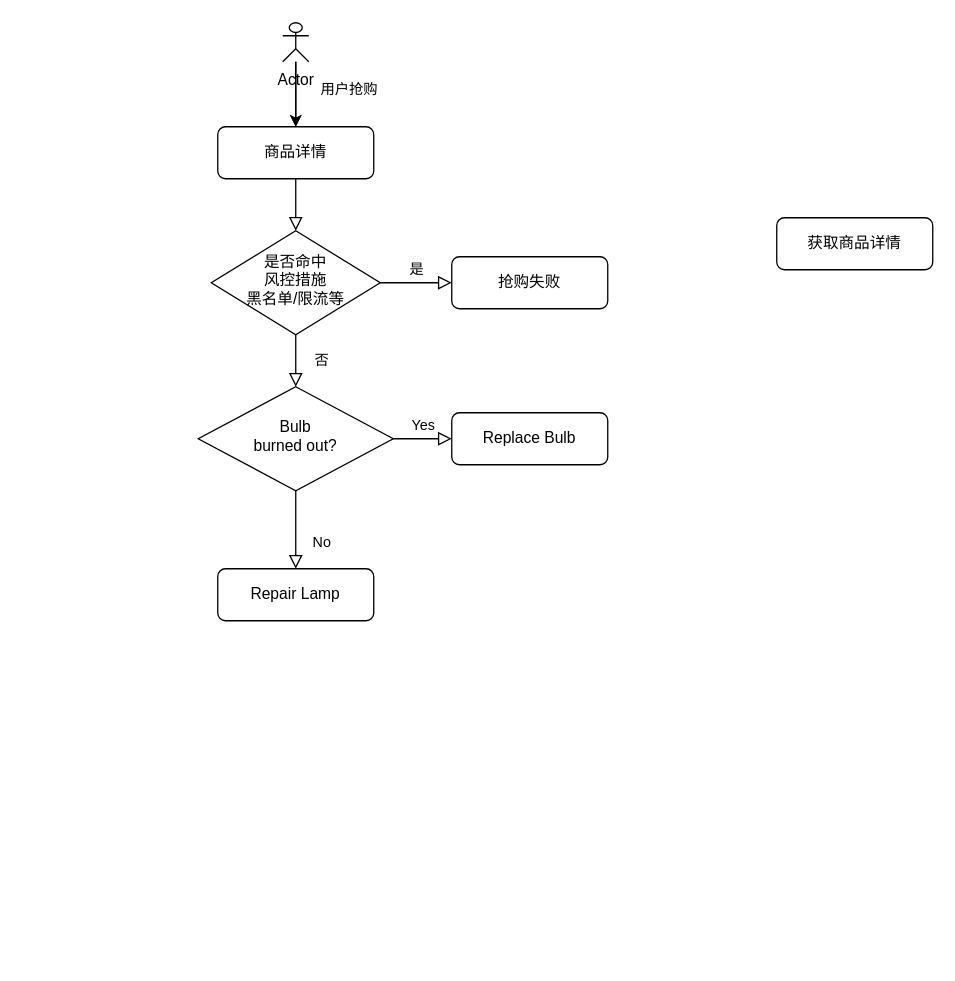
Earlier version of the draw.io diagram product_sedkill.drawio (maciaymd/draw.io). Source tidied: cells renumbered, new cells numbered last; positions are measured from the earlier drawing's top-left corner, leaving out a move shared by most shapes. Both pictures are drawn from the tidied source at 130%, with x=0, y=0 at pixel (198, 22).
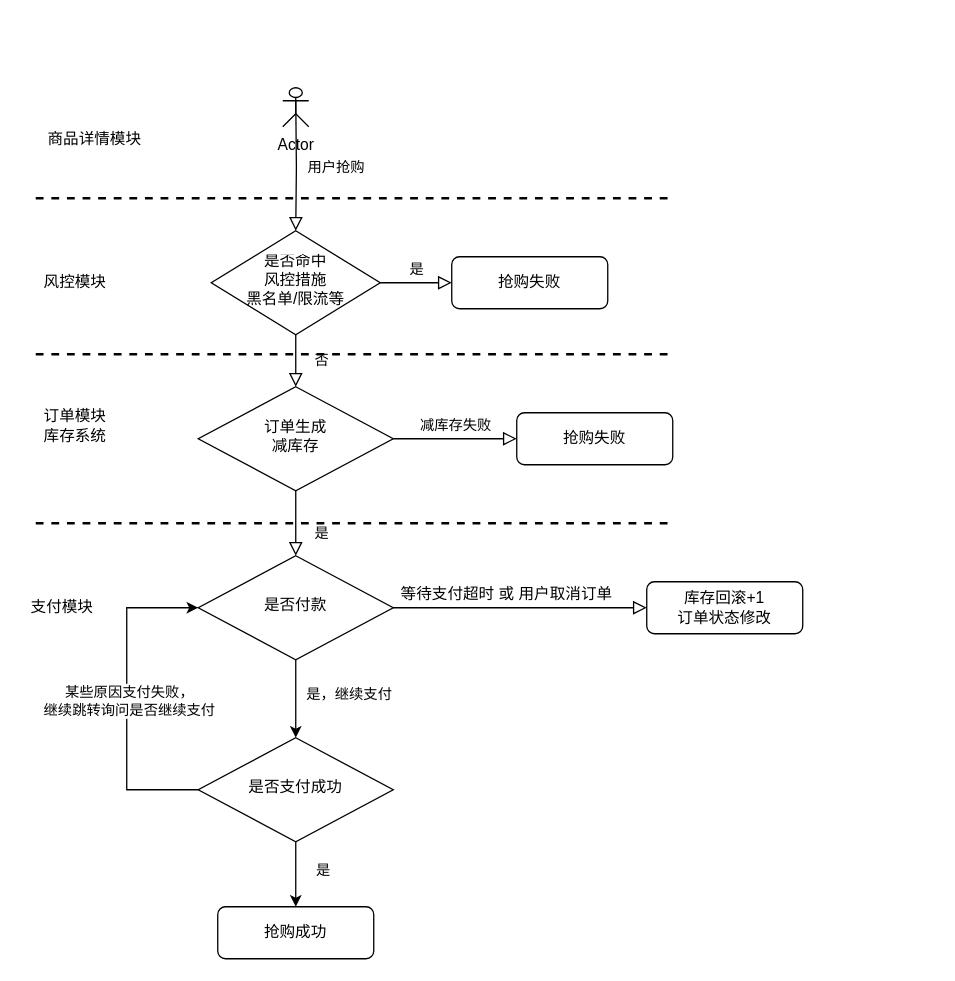
Above is the later version.

Unchanged cells that the change refers to:
```xml
<mxCell id="6" value="是否命中&lt;br&gt;风控措施&lt;br&gt;黑名单/限流等" style="rhombus;whiteSpace=wrap;html=1;shadow=0;fontFamily=Helvetica;fontSize=12;align=center;strokeWidth=1;spacing=6;spacingTop=-4;" parent="1" vertex="1">
  <mxGeometry x="10" y="160" width="130" height="80" as="geometry" />
</mxCell>
```

Diff of the diagram source:
```diff
@@
-    <mxCell id="2" style="rounded=0;html=1;jettySize=auto;fontSize=11;endArrow=block;endFill=0;endSize=8;strokeWidth=1;shadow=0;labelBackgroundColor=none;edgeStyle=orthogonalEdgeStyle;" parent="1" edge="1" source="3" target="6">
-      <mxGeometry relative="1" as="geometry" />
+    <mxCell id="2" style="rounded=0;html=1;jettySize=auto;fontSize=11;endArrow=block;endFill=0;endSize=8;strokeWidth=1;shadow=0;labelBackgroundColor=none;edgeStyle=orthogonalEdgeStyle;" parent="1" edge="1" target="6">
+      <mxGeometry relative="1" as="geometry">
+        <mxPoint x="75" y="60" as="sourcePoint" />
+      </mxGeometry>
     </mxCell>
-    <mxCell id="3" value="商品详情" style="rounded=1;whiteSpace=wrap;html=1;fontSize=12;glass=0;strokeWidth=1;shadow=0;" parent="1" vertex="1">
-      <mxGeometry x="15" y="80" width="120" height="40" as="geometry" />
-    </mxCell>
+    <mxCell id="15" value="用户抢购" style="edgeLabel;html=1;align=center;verticalAlign=middle;" parent="2" vertex="1">
+      <mxGeometry x="0.02" y="4" relative="1" as="geometry">
+        <mxPoint x="26" as="offset" />
+      </mxGeometry>
+    </mxCell>
@@
-    <mxCell id="8" value="No" style="rounded=0;html=1;jettySize=auto;fontSize=11;endArrow=block;endFill=0;endSize=8;strokeWidth=1;shadow=0;labelBackgroundColor=none;edgeStyle=orthogonalEdgeStyle;" parent="1" edge="1" source="10" target="11">
+    <mxCell id="8" value="是" style="rounded=0;html=1;jettySize=auto;fontSize=11;endArrow=block;endFill=0;endSize=8;strokeWidth=1;shadow=0;labelBackgroundColor=none;edgeStyle=orthogonalEdgeStyle;entryX=0.5;entryY=0;entryDx=0;entryDy=0;" parent="1" edge="1" source="10" target="22">
       <mxGeometry x="0.33" y="20" relative="1" as="geometry" />
     </mxCell>
-    <mxCell id="9" value="Yes" style="edgeStyle=orthogonalEdgeStyle;rounded=0;html=1;jettySize=auto;fontSize=11;endArrow=block;endFill=0;endSize=8;strokeWidth=1;shadow=0;labelBackgroundColor=none;" parent="1" edge="1" source="10" target="12">
+    <mxCell id="9" value="减库存失败" style="edgeStyle=orthogonalEdgeStyle;rounded=0;html=1;jettySize=auto;fontSize=11;endArrow=block;endFill=0;endSize=8;strokeWidth=1;shadow=0;labelBackgroundColor=none;" parent="1" edge="1" source="10" target="12">
       <mxGeometry y="10" relative="1" as="geometry" />
     </mxCell>
-    <mxCell id="10" value="Bulb&lt;br&gt;burned out?" style="rhombus;whiteSpace=wrap;html=1;shadow=0;fontFamily=Helvetica;fontSize=12;align=center;strokeWidth=1;spacing=6;spacingTop=-4;" parent="1" vertex="1">
+    <mxCell id="10" value="订单生成&lt;br&gt;减库存" style="rhombus;whiteSpace=wrap;html=1;shadow=0;fontFamily=Helvetica;fontSize=12;align=center;strokeWidth=1;spacing=6;spacingTop=-4;" parent="1" vertex="1">
       <mxGeometry y="280" width="150" height="80" as="geometry" />
     </mxCell>
-    <mxCell id="11" value="Repair Lamp" style="rounded=1;whiteSpace=wrap;html=1;fontSize=12;glass=0;strokeWidth=1;shadow=0;" parent="1" vertex="1">
-      <mxGeometry x="15" y="420" width="120" height="40" as="geometry" />
-    </mxCell>
-    <mxCell id="12" value="Replace Bulb" style="rounded=1;whiteSpace=wrap;html=1;fontSize=12;glass=0;strokeWidth=1;shadow=0;" parent="1" vertex="1">
-      <mxGeometry x="195" y="300" width="120" height="40" as="geometry" />
+    <mxCell id="12" value="抢购失败" style="rounded=1;whiteSpace=wrap;html=1;fontSize=12;glass=0;strokeWidth=1;shadow=0;" parent="1" vertex="1">
+      <mxGeometry x="245" y="300" width="120" height="40" as="geometry" />
     </mxCell>
-    <mxCell id="13" value="获取商品详情" style="rounded=1;whiteSpace=wrap;html=1;fontSize=12;glass=0;strokeWidth=1;shadow=0;" parent="1" vertex="1">
-      <mxGeometry x="445" y="150" width="120" height="40" as="geometry" />
-    </mxCell>
-    <mxCell id="14" style="edgeStyle=orthogonalEdgeStyle;rounded=0;jettySize=auto;html=1;" parent="1" edge="1" source="17" target="3">
-      <mxGeometry relative="1" as="geometry" />
-    </mxCell>
-    <mxCell id="15" value="用户抢购" style="edgeLabel;html=1;align=center;verticalAlign=middle;" parent="14" vertex="1">
-      <mxGeometry x="0.32" relative="1" as="geometry">
-        <mxPoint x="40" y="-13" as="offset" />
-      </mxGeometry>
-    </mxCell>
-    <mxCell id="16" style="edgeStyle=orthogonalEdgeStyle;rounded=0;jettySize=auto;html=1;" parent="1" edge="1" source="17" target="3">
-      <mxGeometry relative="1" as="geometry" />
-    </mxCell>
     <mxCell id="17" value="Actor" style="shape=umlActor;verticalLabelPosition=bottom;verticalAlign=top;html=1;outlineConnect=0;" parent="1" vertex="1">
-      <mxGeometry x="65" width="20" height="30" as="geometry" />
+      <mxGeometry x="65" y="50" width="20" height="30" as="geometry" />
     </mxCell>
+    <mxCell id="18" value="&lt;span style=&quot;font-size: 12px&quot;&gt;等待支付超时 或 用户取消订单&lt;/span&gt;" style="edgeStyle=orthogonalEdgeStyle;rounded=0;html=1;jettySize=auto;fontSize=11;endArrow=block;endFill=0;endSize=8;strokeWidth=1;shadow=0;labelBackgroundColor=none;exitX=1;exitY=0.5;exitDx=0;exitDy=0;" parent="1" edge="1" source="22" target="19">
+      <mxGeometry x="-0.11" y="10" relative="1" as="geometry" />
+    </mxCell>
+    <mxCell id="19" value="库存回滚+1&lt;br&gt;订单状态修改" style="rounded=1;whiteSpace=wrap;html=1;fontSize=12;glass=0;strokeWidth=1;shadow=0;" parent="1" vertex="1">
+      <mxGeometry x="345" y="430" width="120" height="40" as="geometry" />
+    </mxCell>
+    <mxCell id="20" style="edgeStyle=orthogonalEdgeStyle;rounded=0;jettySize=auto;html=1;" parent="1" edge="1" source="22" target="27">
+      <mxGeometry relative="1" as="geometry" />
+    </mxCell>
+    <mxCell id="21" value="是，继续支付" style="edgeLabel;html=1;align=center;verticalAlign=middle;" parent="20" vertex="1">
+      <mxGeometry x="-0.14" y="-2" relative="1" as="geometry">
+        <mxPoint x="42" as="offset" />
+      </mxGeometry>
+    </mxCell>
+    <mxCell id="22" value="是否付款" style="rhombus;whiteSpace=wrap;html=1;shadow=0;fontFamily=Helvetica;fontSize=12;align=center;strokeWidth=1;spacing=6;spacingTop=-4;" parent="1" vertex="1">
+      <mxGeometry y="410" width="150" height="80" as="geometry" />
+    </mxCell>
+    <mxCell id="23" style="edgeStyle=orthogonalEdgeStyle;rounded=0;jettySize=auto;html=1;" parent="1" edge="1" source="27" target="28">
+      <mxGeometry relative="1" as="geometry" />
+    </mxCell>
+    <mxCell id="24" value="是" style="edgeLabel;html=1;align=center;verticalAlign=middle;" parent="23" vertex="1">
+      <mxGeometry x="-0.16" y="1" relative="1" as="geometry">
+        <mxPoint x="19" as="offset" />
+      </mxGeometry>
+    </mxCell>
+    <mxCell id="25" style="edgeStyle=orthogonalEdgeStyle;rounded=0;jettySize=auto;html=1;entryX=0;entryY=0.5;entryDx=0;entryDy=0;" parent="1" edge="1" source="27" target="22">
+      <mxGeometry relative="1" as="geometry">
+        <Array as="points">
+          <mxPoint x="-55" y="590" />
+          <mxPoint x="-55" y="450" />
+        </Array>
+      </mxGeometry>
+    </mxCell>
+    <mxCell id="26" value="某些原因支付失败，&lt;br&gt;继续跳转询问是否继续支付" style="edgeLabel;html=1;align=center;verticalAlign=middle;" parent="25" vertex="1">
+      <mxGeometry x="-0.01" y="-1" relative="1" as="geometry" />
+    </mxCell>
+    <mxCell id="27" value="是否支付成功" style="rhombus;whiteSpace=wrap;html=1;shadow=0;fontFamily=Helvetica;fontSize=12;align=center;strokeWidth=1;spacing=6;spacingTop=-4;" parent="1" vertex="1">
+      <mxGeometry y="550" width="150" height="80" as="geometry" />
+    </mxCell>
+    <mxCell id="28" value="抢购成功" style="rounded=1;whiteSpace=wrap;html=1;fontSize=12;glass=0;strokeWidth=1;shadow=0;" parent="1" vertex="1">
+      <mxGeometry x="15" y="680" width="120" height="40" as="geometry" />
+    </mxCell>
+    <mxCell id="29" style="line;strokeWidth=2;html=1;dashed=1;" parent="1" vertex="1">
+      <mxGeometry x="-125" y="130" width="490" height="10" as="geometry" />
+    </mxCell>
+    <mxCell id="30" value="商品详情模块" style="text;html=1;align=center;verticalAlign=middle;strokeColor=none;" parent="1" vertex="1">
+      <mxGeometry x="-125" y="80" width="90" height="20" as="geometry" />
+    </mxCell>
+    <mxCell id="31" style="line;strokeWidth=2;html=1;dashed=1;" parent="1" vertex="1">
+      <mxGeometry x="-125" y="250" width="490" height="10" as="geometry" />
+    </mxCell>
+    <mxCell id="32" value="风控模块" style="text;html=1;align=center;verticalAlign=middle;strokeColor=none;" parent="1" vertex="1">
+      <mxGeometry x="-125" y="190" width="60" height="20" as="geometry" />
+    </mxCell>
+    <mxCell id="33" style="line;strokeWidth=2;html=1;dashed=1;" parent="1" vertex="1">
+      <mxGeometry x="-125" y="380" width="490" height="10" as="geometry" />
+    </mxCell>
+    <mxCell id="34" value="订单模块&lt;br&gt;库存系统" style="text;html=1;align=center;verticalAlign=middle;strokeColor=none;" parent="1" vertex="1">
+      <mxGeometry x="-125" y="295" width="60" height="30" as="geometry" />
+    </mxCell>
+    <mxCell id="35" value="支付模块" style="text;html=1;align=center;verticalAlign=middle;strokeColor=none;" parent="1" vertex="1">
+      <mxGeometry x="-135" y="440" width="60" height="20" as="geometry" />
+    </mxCell>
```
